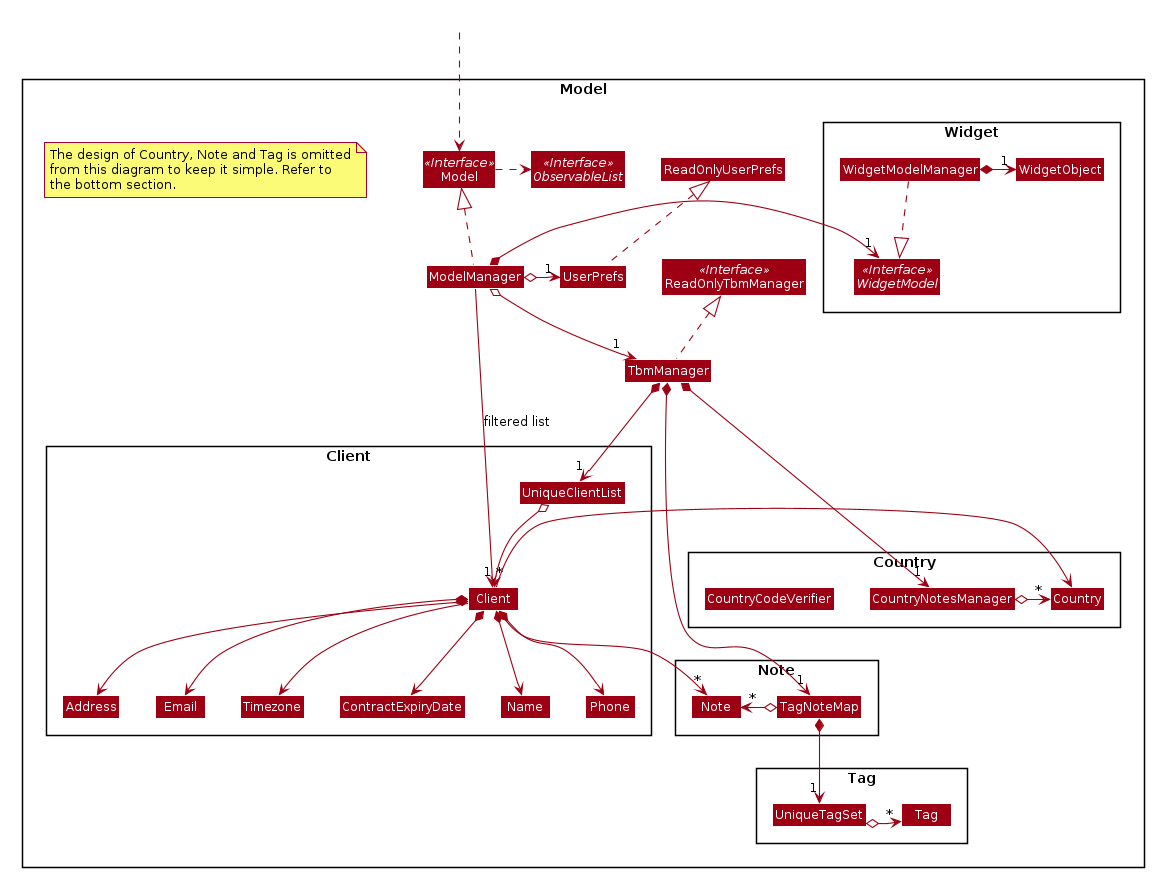
The PlantUML diagram docs/images/ModelClassDiagram.png in rtshkmr/tp, before a commit. The source it was exported from:
```plantuml
@startuml








skinparam BackgroundColor #FFFFFFF

skinparam Shadowing false

skinparam Class {
    FontColor #FFFFFF
    BorderThickness 1
    BorderColor #FFFFFF
    StereotypeFontColor #FFFFFF
    FontName Arial
}

skinparam Actor {
    BorderColor #000000
    Color #000000
    FontName Arial
}

skinparam Sequence {
    MessageAlign center
    BoxFontSize 15
    BoxPadding 0
    BoxFontColor #FFFFFF
    FontName Arial
}

skinparam Participant {
    FontColor #FFFFFFF
    Padding 20
}

skinparam MinClassWidth 50
skinparam ParticipantPadding 10
skinparam Shadowing false
skinparam DefaultTextAlignment center
skinparam packageStyle Rectangle

hide footbox
hide members
hide circle
skinparam arrowThickness 1.1
skinparam arrowColor #9D0012
skinparam classBackgroundColor #9D0012

Package Model <<Rectangle>>{
Interface ReadOnlyTbmManager <<Interface>>
Interface Model <<Interface>>
Interface ObservableList <<Interface>>
Class TbmManager
Class ReadOnlyTbmManager
Class Model
Class ModelManager
Class UserPrefs
Class ReadOnlyUserPrefs

Package Widget {
Interface WidgetModel <<Interface>>
Class WidgetModelManager
Class WidgetObject
}

note "The design of Country, Note and Tag is omitted\nfrom this diagram to keep it simple. Refer to\nthe bottom section." as N1

Package Client {
Class Client
Class Address
Class Email
Class Name
Class Phone
Class Timezone
Class UniqueClientList
Class ContractExpiryDate
Class Timezone
}

Package Note {
Class Note
Class TagNoteMap
}

Package Country {
Class Country
}

Package Tag {
Class Tag
Class UniqueTagSet
}

Package Note {
Class Note
Class TagNoteMap
}

Package Country {
Class Country
Class CountryNotesManager
Class CountryCodeVerifier
}
}


Class HiddenOutside #FFFFFF
HiddenOutside ..> Model

TbmManager .up.|> ReadOnlyTbmManager

ModelManager .up.|> Model
Model .right.> ObservableList
ModelManager o--> "1" TbmManager
ModelManager o-left-> "1" UserPrefs
ModelManager *-right->"1" WidgetModel
TbmManager *-right->"1" TagNoteMap
TbmManager *-right-> "1" CountryNotesManager
TagNoteMap *-->"1" UniqueTagSet

UserPrefs .up.|> ReadOnlyUserPrefs

TbmManager *--> "1" UniqueClientList
UniqueClientList o--> "*" Client
Client *--> Name
Client *--> Phone
Client *--> Email
Client *--> Address
Client *--> ContractExpiryDate
Client -right-> Country
Client --> Timezone
Client -->"*" Note


WidgetModelManager ..|> WidgetModel
WidgetModelManager *-right->"1" WidgetObject

CountryNotesManager o-right-> "*" Country
UniqueTagSet o-right-> "*" Tag
TagNoteMap o-right-> "*" Note

Name -[hidden]right-> Phone
Phone -[hidden]right-> Address
Address -[hidden]right-> Email
UniqueTagSet -[hidden]right-> Tag

ModelManager -->"1" Client : filtered list
@enduml
```
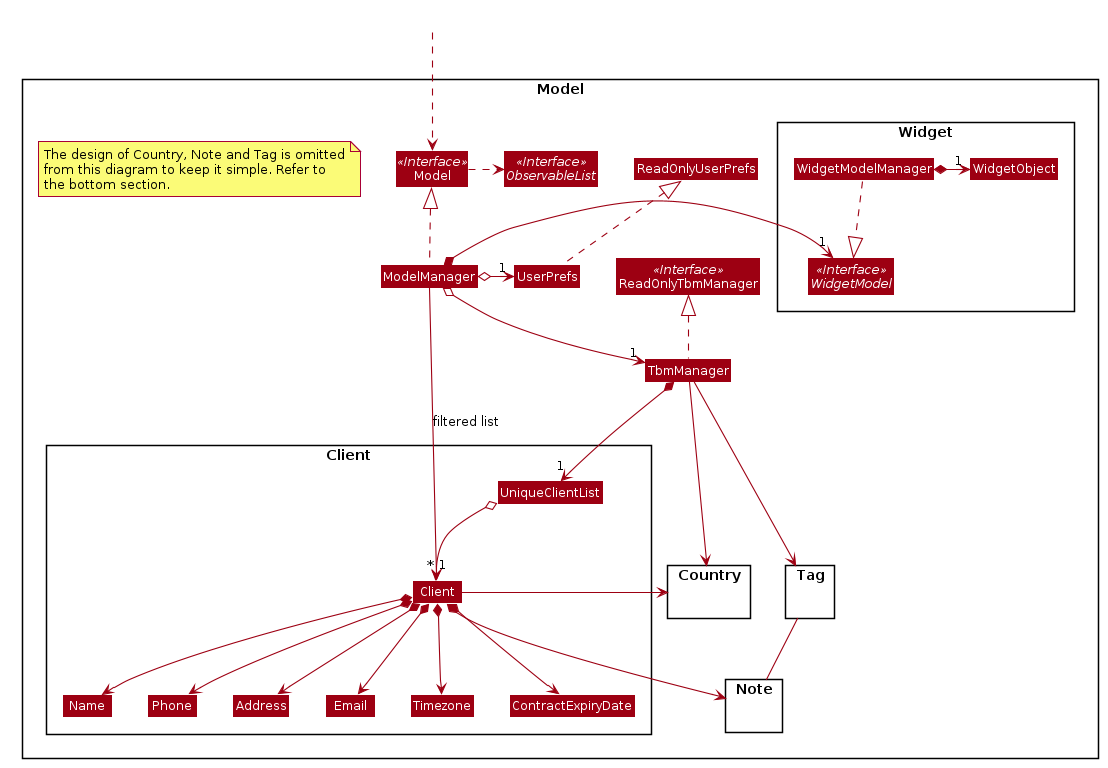
Later version of the same file.

Commit message:
Generate PNG images for PlantUML diagrams

Change to the diagram source:
```diff
@@ -1,4 +1,5 @@
 @startuml
+
 
 
 
@@ -83,28 +84,12 @@
 }
 
 Package Note {
-Class Note
-Class TagNoteMap
+}
+
+Package Tag {
 }
 
 Package Country {
-Class Country
-}
-
-Package Tag {
-Class Tag
-Class UniqueTagSet
-}
-
-Package Note {
-Class Note
-Class TagNoteMap
-}
-
-Package Country {
-Class Country
-Class CountryNotesManager
-Class CountryCodeVerifier
 }
 }
 
@@ -119,9 +104,8 @@
 ModelManager o--> "1" TbmManager
 ModelManager o-left-> "1" UserPrefs
 ModelManager *-right->"1" WidgetModel
-TbmManager *-right->"1" TagNoteMap
-TbmManager *-right-> "1" CountryNotesManager
-TagNoteMap *-->"1" UniqueTagSet
+TbmManager -right-> Country
+TbmManager -right-> Tag
 
 UserPrefs .up.|> ReadOnlyUserPrefs
 
@@ -132,22 +116,18 @@
 Client *--> Email
 Client *--> Address
 Client *--> ContractExpiryDate
+Client *--> Timezone
+Client *--> Note
 Client -right-> Country
-Client --> Timezone
-Client -->"*" Note
 
+Tag -- Note
 
 WidgetModelManager ..|> WidgetModel
 WidgetModelManager *-right->"1" WidgetObject
 
-CountryNotesManager o-right-> "*" Country
-UniqueTagSet o-right-> "*" Tag
-TagNoteMap o-right-> "*" Note
-
 Name -[hidden]right-> Phone
 Phone -[hidden]right-> Address
 Address -[hidden]right-> Email
-UniqueTagSet -[hidden]right-> Tag
 
 ModelManager -->"1" Client : filtered list
 @enduml
```
